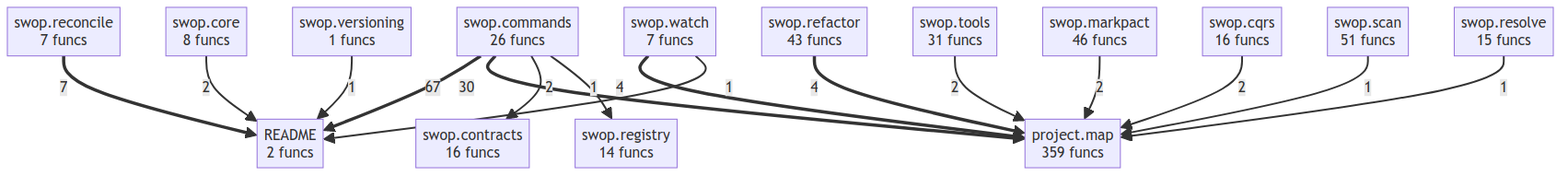
Above: project/compact_flow.png in semcod/swop (Mermaid), before the change. Its source is kept beside it as project/compact_flow.mmd.
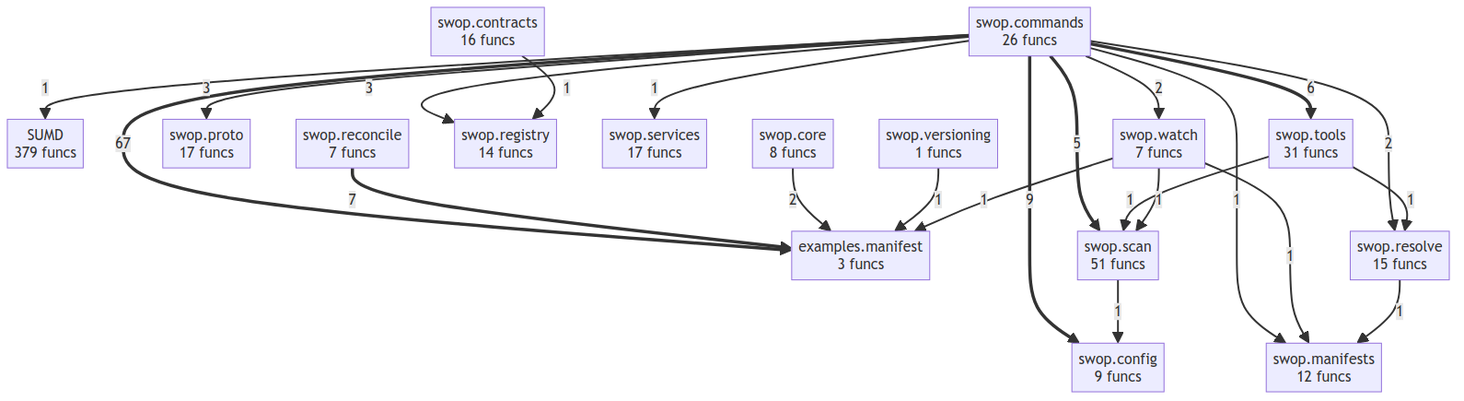
Later version of the same file.

The edit, as a diff of the source:
```diff
@@ -1,31 +1,39 @@
 flowchart TD
-    README["README<br/>2 funcs"]
-    project__map["project.map<br/>359 funcs"]
+    SUMD["SUMD<br/>379 funcs"]
+    examples__manifest["examples.manifest<br/>3 funcs"]
     swop__commands["swop.commands<br/>26 funcs"]
+    swop__config["swop.config<br/>9 funcs"]
     swop__contracts["swop.contracts<br/>16 funcs"]
     swop__core["swop.core<br/>8 funcs"]
-    swop__cqrs["swop.cqrs<br/>16 funcs"]
-    swop__markpact["swop.markpact<br/>46 funcs"]
+    swop__manifests["swop.manifests<br/>12 funcs"]
+    swop__proto["swop.proto<br/>17 funcs"]
     swop__reconcile["swop.reconcile<br/>7 funcs"]
-    swop__refactor["swop.refactor<br/>43 funcs"]
     swop__registry["swop.registry<br/>14 funcs"]
     swop__resolve["swop.resolve<br/>15 funcs"]
     swop__scan["swop.scan<br/>51 funcs"]
+    swop__services["swop.services<br/>17 funcs"]
     swop__tools["swop.tools<br/>31 funcs"]
     swop__versioning["swop.versioning<br/>1 funcs"]
     swop__watch["swop.watch<br/>7 funcs"]
-    swop__commands ==>|67| README
-    swop__commands ==>|30| project__map
-    swop__reconcile ==>|7| README
-    swop__refactor ==>|4| project__map
-    swop__watch ==>|4| project__map
-    swop__core -->|2| README
-    swop__tools -->|2| project__map
-    swop__markpact -->|2| project__map
-    swop__cqrs -->|2| project__map
-    swop__commands -->|2| swop__contracts
-    swop__versioning -->|1| README
-    swop__scan -->|1| project__map
-    swop__watch -->|1| README
-    swop__resolve -->|1| project__map
-    swop__commands -->|1| swop__registry
+    swop__commands ==>|67| examples__manifest
+    swop__commands ==>|9| swop__config
+    swop__reconcile ==>|7| examples__manifest
+    swop__commands ==>|6| swop__tools
+    swop__commands ==>|5| swop__scan
+    swop__commands -->|3| swop__proto
+    swop__commands -->|3| swop__registry
+    swop__commands -->|2| swop__watch
+    swop__commands -->|2| swop__resolve
+    swop__core -->|2| examples__manifest
+    swop__versioning -->|1| examples__manifest
+    swop__commands -->|1| swop__manifests
+    swop__commands -->|1| swop__services
+    swop__commands -->|1| SUMD
+    swop__scan -->|1| swop__config
+    swop__tools -->|1| swop__scan
+    swop__tools -->|1| swop__resolve
+    swop__contracts -->|1| swop__registry
+    swop__watch -->|1| swop__scan
+    swop__watch -->|1| swop__manifests
+    swop__watch -->|1| examples__manifest
+    swop__resolve -->|1| swop__manifests
```
